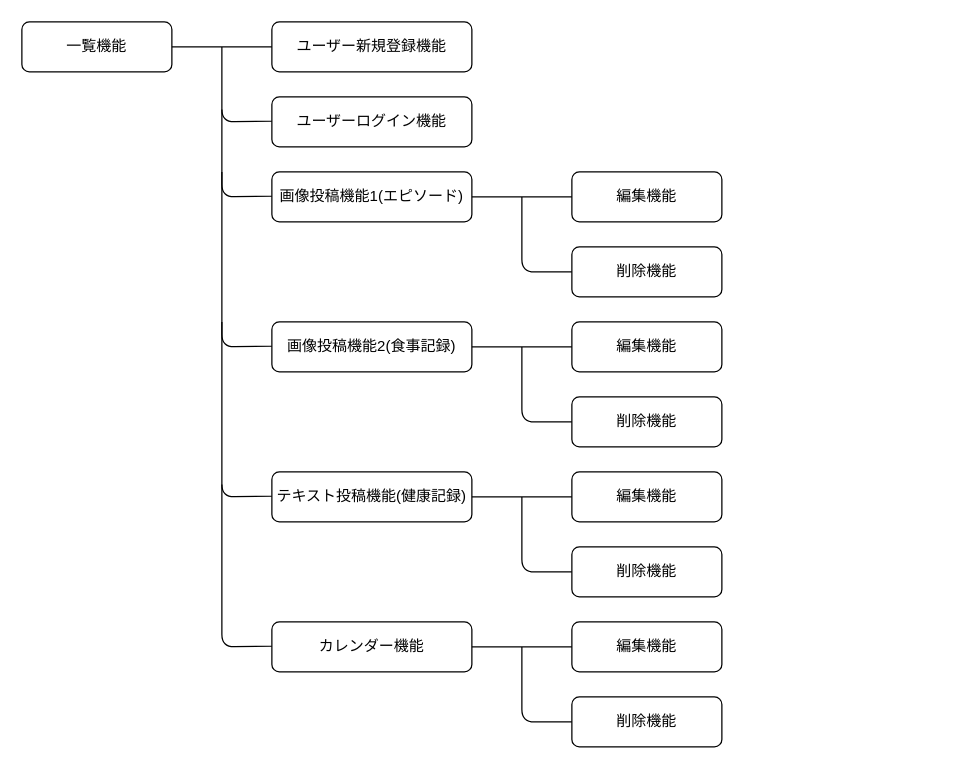
taigaggg/with_baby keeps this draw.io diagram as withbaby.dio. Above is the earlier version. Source tidied: cells renumbered, new cells numbered last; positions are measured from the earlier drawing's top-left corner, leaving out a move shared by most shapes. Both pictures are drawn from the tidied source at 125%, with x=0, y=0 at pixel (21, 21).
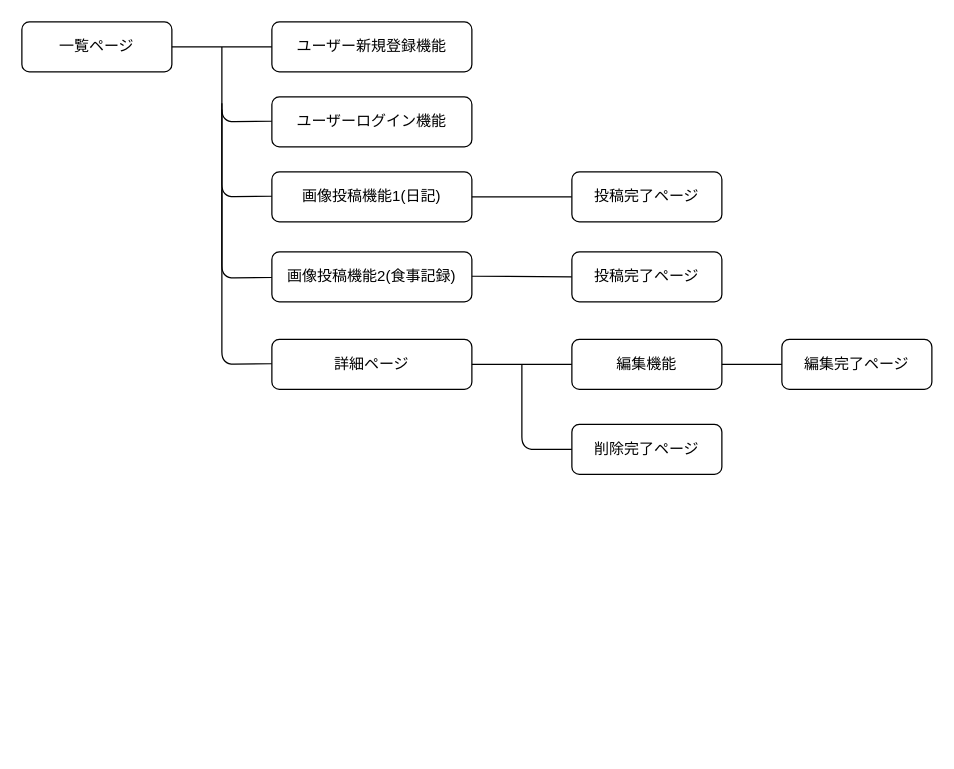
Above is the later version.

The edit, as a diff of the source:
```diff
@@
-    <mxCell id="2" value="一覧機能" style="rounded=1;whiteSpace=wrap;html=1;" parent="1" vertex="1">
+    <mxCell id="2" value="一覧ページ" style="rounded=1;whiteSpace=wrap;html=1;" parent="1" vertex="1">
       <mxGeometry width="120" height="40" as="geometry" />
     </mxCell>
@@
-    <mxCell id="5" value="画像投稿機能1(エピソード)" style="rounded=1;whiteSpace=wrap;html=1;" parent="1" vertex="1">
+    <mxCell id="5" value="画像投稿機能1(日記)" style="rounded=1;whiteSpace=wrap;html=1;" parent="1" vertex="1">
       <mxGeometry x="200" y="120" width="160" height="40" as="geometry" />
     </mxCell>
     <mxCell id="6" value="画像投稿機能2(食事記録)" style="rounded=1;whiteSpace=wrap;html=1;" parent="1" vertex="1">
-      <mxGeometry x="200" y="240" width="160" height="40" as="geometry" />
+      <mxGeometry x="200" y="184" width="160" height="40" as="geometry" />
     </mxCell>
-    <mxCell id="7" value="テキスト投稿機能(健康記録)" style="rounded=1;whiteSpace=wrap;html=1;" parent="1" vertex="1">
-      <mxGeometry x="200" y="360" width="160" height="40" as="geometry" />
+    <mxCell id="7" value="詳細ページ" style="rounded=1;whiteSpace=wrap;html=1;" parent="1" vertex="1">
+      <mxGeometry x="200" y="254" width="160" height="40" as="geometry" />
     </mxCell>
-    <mxCell id="8" value="カレンダー機能" style="rounded=1;whiteSpace=wrap;html=1;" parent="1" vertex="1">
-      <mxGeometry x="200" y="480" width="160" height="40" as="geometry" />
-    </mxCell>
-    <mxCell id="9" value="編集機能" style="rounded=1;whiteSpace=wrap;html=1;" parent="1" vertex="1">
-      <mxGeometry x="440" y="120" width="120" height="40" as="geometry" />
-    </mxCell>
-    <mxCell id="10" value="削除機能" style="rounded=1;whiteSpace=wrap;html=1;" parent="1" vertex="1">
-      <mxGeometry x="440" y="180" width="120" height="40" as="geometry" />
-    </mxCell>
-    <mxCell id="11" value="編集機能" style="rounded=1;whiteSpace=wrap;html=1;" parent="1" vertex="1">
-      <mxGeometry x="440" y="480" width="120" height="40" as="geometry" />
+    <mxCell id="11" value="編集完了ページ" style="rounded=1;whiteSpace=wrap;html=1;" parent="1" vertex="1">
+      <mxGeometry x="608" y="254" width="120" height="40" as="geometry" />
     </mxCell>
     <mxCell id="12" value="編集機能" style="rounded=1;whiteSpace=wrap;html=1;" parent="1" vertex="1">
-      <mxGeometry x="440" y="360" width="120" height="40" as="geometry" />
+      <mxGeometry x="440" y="254" width="120" height="40" as="geometry" />
     </mxCell>
-    <mxCell id="13" value="編集機能" style="rounded=1;whiteSpace=wrap;html=1;" parent="1" vertex="1">
-      <mxGeometry x="440" y="240" width="120" height="40" as="geometry" />
-    </mxCell>
-    <mxCell id="14" value="削除機能" style="rounded=1;whiteSpace=wrap;html=1;" parent="1" vertex="1">
-      <mxGeometry x="440" y="300" width="120" height="40" as="geometry" />
-    </mxCell>
-    <mxCell id="15" value="削除機能" style="rounded=1;whiteSpace=wrap;html=1;" parent="1" vertex="1">
-      <mxGeometry x="440" y="420" width="120" height="40" as="geometry" />
+    <mxCell id="15" value="削除完了ページ" style="rounded=1;whiteSpace=wrap;html=1;" parent="1" vertex="1">
+      <mxGeometry x="440" y="322" width="120" height="40" as="geometry" />
     </mxCell>
-    <mxCell id="16" value="削除機能" style="rounded=1;whiteSpace=wrap;html=1;" parent="1" vertex="1">
-      <mxGeometry x="440" y="540" width="120" height="40" as="geometry" />
-    </mxCell>
-    <mxCell id="17" style="endArrow=none;html=1;entryX=0;entryY=0.5;entryDx=0;entryDy=0;exitX=1;exitY=0.5;exitDx=0;exitDy=0;" parent="1" edge="1" source="5" target="9">
-      <mxGeometry relative="1" as="geometry" />
-    </mxCell>
-    <mxCell id="18" style="endArrow=none;html=1;entryX=0;entryY=0.5;entryDx=0;entryDy=0;exitX=1;exitY=0.5;exitDx=0;exitDy=0;" parent="1" edge="1" source="6" target="13">
-      <mxGeometry relative="1" as="geometry" />
-    </mxCell>
@@
-    <mxCell id="20" style="endArrow=none;html=1;entryX=0;entryY=0.5;entryDx=0;entryDy=0;exitX=1;exitY=0.5;exitDx=0;exitDy=0;" parent="1" edge="1" source="8" target="11">
+    <mxCell id="20" style="endArrow=none;html=1;entryX=0;entryY=0.5;entryDx=0;entryDy=0;exitX=1;exitY=0.5;exitDx=0;exitDy=0;" parent="1" edge="1" source="12" target="11">
       <mxGeometry relative="1" as="geometry" />
     </mxCell>
-    <mxCell id="21" style="endArrow=none;html=1;entryX=0;entryY=0.5;entryDx=0;entryDy=0;" parent="1" edge="1" target="10">
-      <mxGeometry relative="1" as="geometry">
-        <mxPoint x="400" y="140" as="sourcePoint" />
-        <Array as="points">
-          <mxPoint x="400" y="200" />
-        </Array>
-      </mxGeometry>
-    </mxCell>
-    <mxCell id="22" style="endArrow=none;html=1;entryX=0;entryY=0.5;entryDx=0;entryDy=0;" parent="1" edge="1" target="14">
-      <mxGeometry relative="1" as="geometry">
-        <mxPoint x="400" y="260" as="sourcePoint" />
-        <Array as="points">
-          <mxPoint x="400" y="320" />
-        </Array>
-      </mxGeometry>
-    </mxCell>
     <mxCell id="23" style="endArrow=none;html=1;entryX=0;entryY=0.5;entryDx=0;entryDy=0;" parent="1" edge="1" target="15">
       <mxGeometry relative="1" as="geometry">
-        <mxPoint x="400" y="380" as="sourcePoint" />
+        <mxPoint x="400" y="274" as="sourcePoint" />
         <Array as="points">
-          <mxPoint x="400" y="440" />
+          <mxPoint x="400" y="342" />
         </Array>
       </mxGeometry>
     </mxCell>
-    <mxCell id="24" style="endArrow=none;html=1;entryX=0;entryY=0.5;entryDx=0;entryDy=0;" parent="1" edge="1" target="16">
-      <mxGeometry relative="1" as="geometry">
-        <mxPoint x="400" y="500" as="sourcePoint" />
-        <Array as="points">
-          <mxPoint x="400" y="560" />
-        </Array>
-      </mxGeometry>
-    </mxCell>
@@
     <mxCell id="28" style="endArrow=none;html=1;entryX=0;entryY=0.5;entryDx=0;entryDy=0;" parent="1" edge="1">
       <mxGeometry relative="1" as="geometry">
-        <mxPoint x="160" y="120" as="sourcePoint" />
-        <mxPoint x="200" y="259.5" as="targetPoint" />
+        <mxPoint x="160" y="65" as="sourcePoint" />
+        <mxPoint x="200" y="204.5" as="targetPoint" />
         <Array as="points">
-          <mxPoint x="160" y="260" />
+          <mxPoint x="160" y="205" />
         </Array>
       </mxGeometry>
     </mxCell>
     <mxCell id="29" style="endArrow=none;html=1;entryX=0;entryY=0.5;entryDx=0;entryDy=0;" parent="1" edge="1">
       <mxGeometry relative="1" as="geometry">
-        <mxPoint x="160" y="240" as="sourcePoint" />
-        <mxPoint x="200" y="379.5" as="targetPoint" />
+        <mxPoint x="160" y="134" as="sourcePoint" />
+        <mxPoint x="200" y="273.5" as="targetPoint" />
         <Array as="points">
-          <mxPoint x="160" y="380" />
+          <mxPoint x="160" y="274" />
         </Array>
       </mxGeometry>
     </mxCell>
-    <mxCell id="30" style="endArrow=none;html=1;entryX=0;entryY=0.5;entryDx=0;entryDy=0;" parent="1" edge="1">
-      <mxGeometry relative="1" as="geometry">
-        <mxPoint x="160" y="370" as="sourcePoint" />
-        <mxPoint x="200" y="499.5" as="targetPoint" />
-        <Array as="points">
-          <mxPoint x="160" y="500" />
-        </Array>
-      </mxGeometry>
-    </mxCell>
+    <mxCell id="31" style="endArrow=none;html=1;entryX=0;entryY=0.5;entryDx=0;entryDy=0;" parent="1" edge="1" target="33">
+      <mxGeometry relative="1" as="geometry">
+        <mxPoint x="360" y="140" as="sourcePoint" />
+      </mxGeometry>
+    </mxCell>
+    <mxCell id="32" style="endArrow=none;html=1;entryX=0;entryY=0.5;entryDx=0;entryDy=0;exitX=1;exitY=0.5;exitDx=0;exitDy=0;" parent="1" edge="1" target="34">
+      <mxGeometry relative="1" as="geometry">
+        <mxPoint x="360" y="203.5" as="sourcePoint" />
+      </mxGeometry>
+    </mxCell>
+    <mxCell id="33" value="投稿完了ページ" style="rounded=1;whiteSpace=wrap;html=1;" parent="1" vertex="1">
+      <mxGeometry x="440" y="120" width="120" height="40" as="geometry" />
+    </mxCell>
+    <mxCell id="34" value="投稿完了ページ" style="rounded=1;whiteSpace=wrap;html=1;" parent="1" vertex="1">
+      <mxGeometry x="440" y="184" width="120" height="40" as="geometry" />
+    </mxCell>
```
